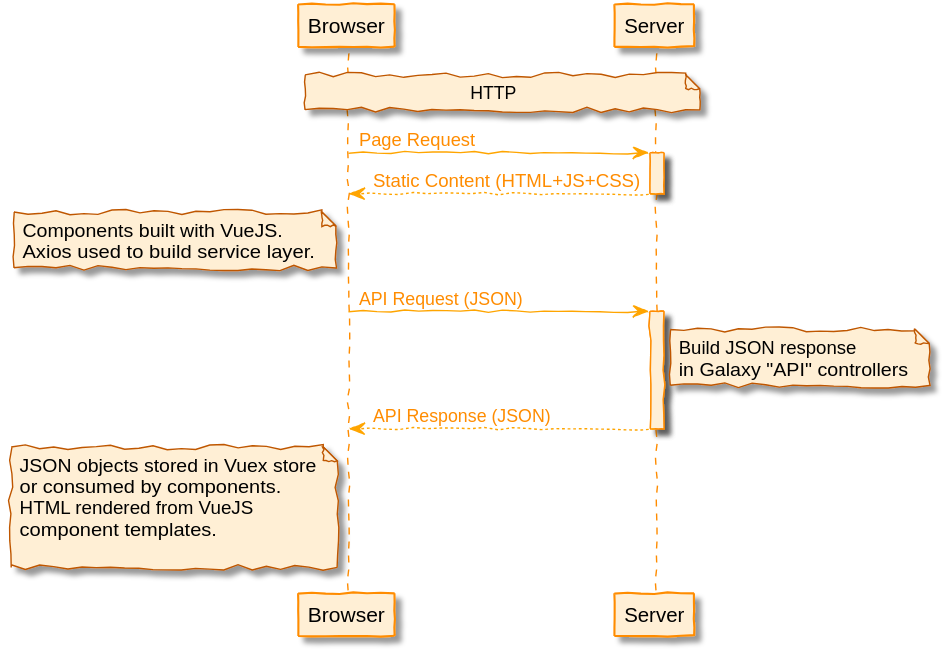
Earlier version of the PlantUML export topics/dev/images/server_client_vuejs.plantuml.svg (galaxyproject/training-material). The source it was exported from:
```plantuml
@startuml


!include plantuml_options.txt

note over Browser, Server: HTTP

Browser -> Server: Page Request
activate Server
Server -->Browser: Static Content (HTML+JS+CSS)
deactivate Server

note left of Browser: Components built with VueJS.\nAxios used to build service layer.
Browser -> Server: API Request (JSON)
activate Server
note right of Server: Build JSON response\nin Galaxy "API" controllers
Server --> Browser: API Response (JSON)
deactivate Server

note left of Browser: JSON objects stored in Vuex store\nor consumed by components.\nHTML rendered from VueJS\ncomponent templates.\n
@enduml
```
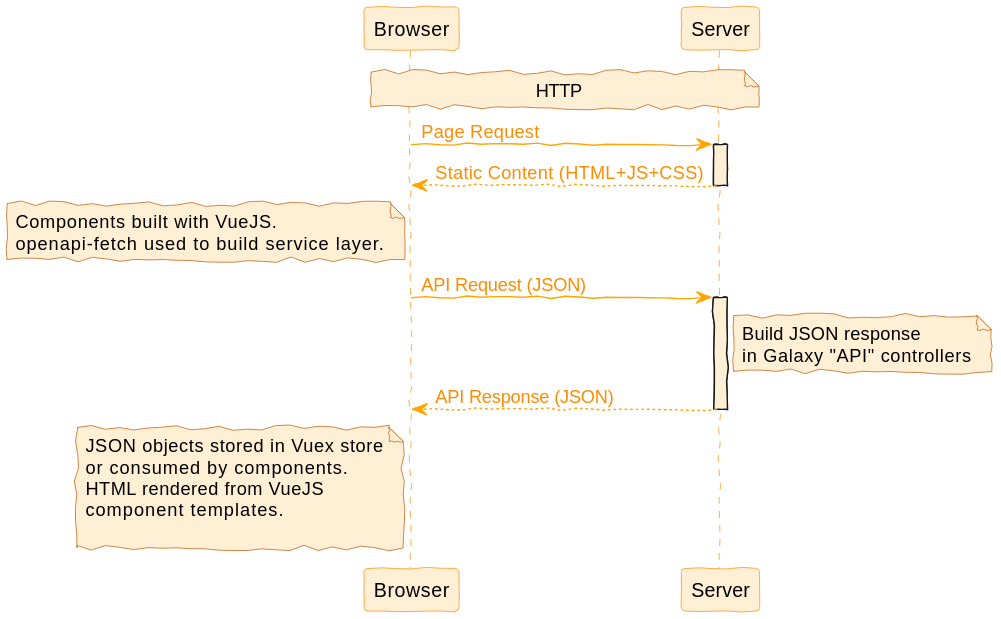
Above is the later version.

Change to the diagram source:
```diff
@@ -1,6 +1,4 @@
 @startuml
-
-
 !include plantuml_options.txt
 
 note over Browser, Server: HTTP
@@ -10,7 +8,7 @@
 Server -->Browser: Static Content (HTML+JS+CSS)
 deactivate Server
 
-note left of Browser: Components built with VueJS.\nAxios used to build service layer.
+note left of Browser: Components built with VueJS.\nopenapi-fetch used to build service layer.
 Browser -> Server: API Request (JSON)
 activate Server
 note right of Server: Build JSON response\nin Galaxy "API" controllers
```
